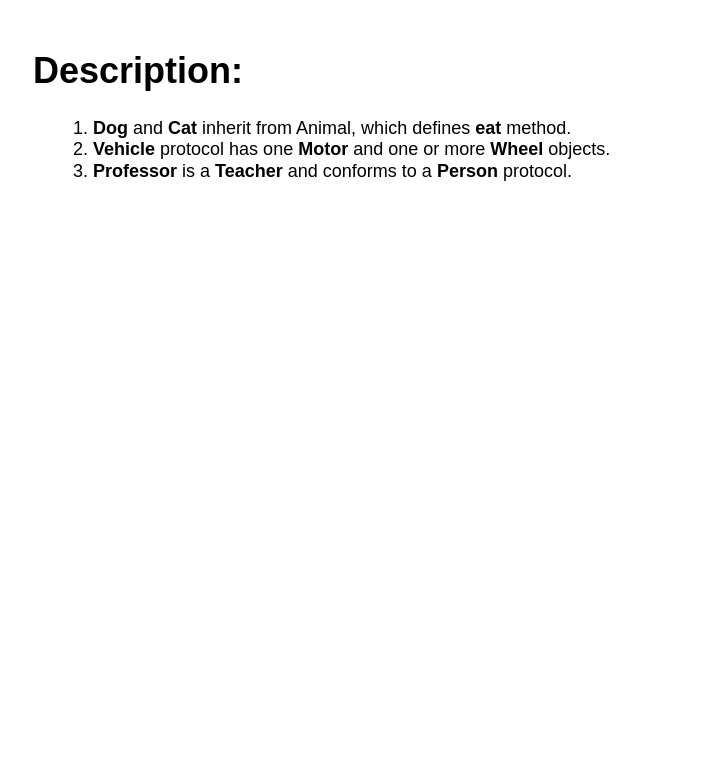
tla-trebla/Class-Diagram keeps this draw.io diagram as page "Challenge" (2 of 2) of Class Diagram.drawio. Above is the earlier version. Source tidied: cells renumbered, new cells numbered last; positions are measured from the earlier drawing's top-left corner, leaving out a move shared by most shapes. Both pictures are drawn from the tidied source at 150%, with x=0, y=0 at pixel (26, 40).
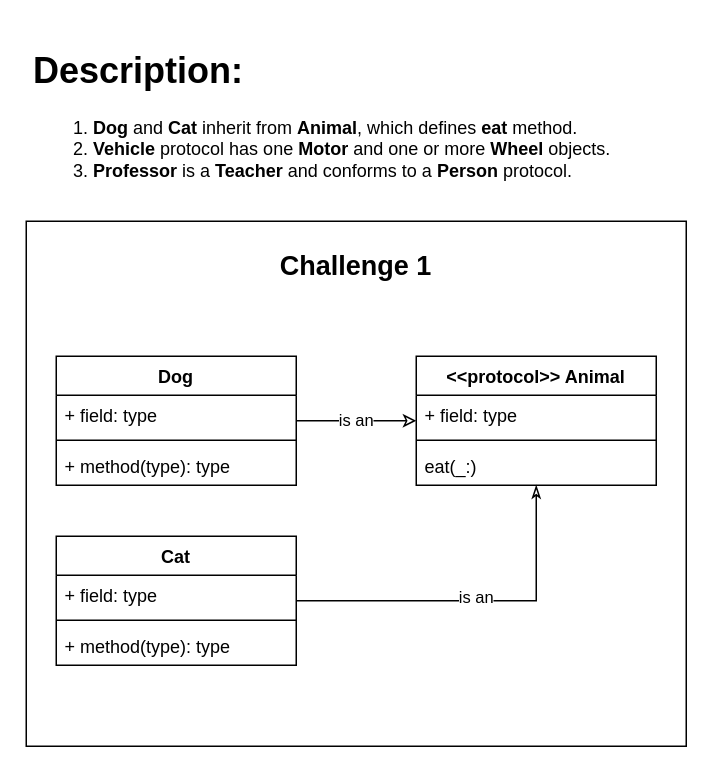
Above is the later version.

Commit message:
Finished Challenge 1.

Created two class diagrams named "Cat" and "Dog".

A protocol class diagram named "Animal" with an "eat" behavior method.

Both "Cat" and "Dog" inherits / is an "Animal" protocol class.

Diff of the diagram source:
```diff
@@
 <mxGraphModel>
   <root>
     <mxCell id="0" />
     <mxCell id="1" parent="0" />
+    <mxCell id="3" style="rounded=0;whiteSpace=wrap;html=1;" parent="1" vertex="1">
+      <mxGeometry y="120" width="440" height="350" as="geometry" />
+    </mxCell>
-    <mxCell id="2" value="&lt;h1&gt;Description:&lt;/h1&gt;&lt;div&gt;&lt;ol&gt;&lt;li&gt;&lt;b&gt;Dog&lt;/b&gt; and &lt;b&gt;Cat&lt;/b&gt; inherit from Animal, which defines &lt;b&gt;eat&lt;/b&gt; method.&lt;/li&gt;&lt;li&gt;&lt;b&gt;Vehicle&lt;/b&gt; protocol has one &lt;b&gt;Motor&lt;/b&gt; and one or more &lt;b&gt;Wheel&lt;/b&gt; objects.&lt;/li&gt;&lt;li&gt;&lt;b&gt;Professor&lt;/b&gt; is a &lt;b&gt;Teacher&lt;/b&gt; and conforms to a &lt;b&gt;Person&lt;/b&gt; protocol.&lt;/li&gt;&lt;/ol&gt;&lt;/div&gt;" style="text;html=1;strokeColor=none;fillColor=none;spacing=5;spacingTop=-20;whiteSpace=wrap;overflow=hidden;rounded=0;" parent="1" vertex="1">
+    <mxCell id="2" value="&lt;h1&gt;Description:&lt;/h1&gt;&lt;div&gt;&lt;ol&gt;&lt;li&gt;&lt;b&gt;Dog&lt;/b&gt; and &lt;b&gt;Cat&lt;/b&gt; inherit from &lt;b&gt;Animal&lt;/b&gt;, which defines &lt;b&gt;eat&lt;/b&gt; method.&lt;/li&gt;&lt;li&gt;&lt;b&gt;Vehicle&lt;/b&gt; protocol has one &lt;b&gt;Motor&lt;/b&gt; and one or more &lt;b&gt;Wheel&lt;/b&gt; objects.&lt;/li&gt;&lt;li&gt;&lt;b&gt;Professor&lt;/b&gt; is a &lt;b&gt;Teacher&lt;/b&gt; and conforms to a &lt;b&gt;Person&lt;/b&gt; protocol.&lt;/li&gt;&lt;/ol&gt;&lt;/div&gt;" style="text;html=1;strokeColor=none;fillColor=none;spacing=5;spacingTop=-20;whiteSpace=wrap;overflow=hidden;rounded=0;" parent="1" vertex="1">
       <mxGeometry width="400" height="100" as="geometry" />
     </mxCell>
+    <mxCell id="4" value="is an" style="edgeStyle=orthogonalEdgeStyle;rounded=0;jettySize=auto;html=1;endArrow=classic;endFill=0;" parent="1" edge="1" source="5" target="15">
+      <mxGeometry relative="1" as="geometry" />
+    </mxCell>
+    <mxCell id="5" value="Dog" style="swimlane;fontStyle=1;align=center;verticalAlign=top;horizontal=1;startSize=26;" parent="1" vertex="1">
+      <mxGeometry x="20" y="210" width="160" height="86" as="geometry" />
+    </mxCell>
+    <mxCell id="6" value="+ field: type" style="text;strokeColor=none;fillColor=none;align=left;verticalAlign=top;spacingLeft=4;spacingRight=4;overflow=hidden;" parent="5" vertex="1">
+      <mxGeometry y="26" width="160" height="26" as="geometry" />
+    </mxCell>
+    <mxCell id="7" style="line;strokeWidth=1;fillColor=none;align=left;verticalAlign=middle;spacingTop=-1;spacingLeft=3;spacingRight=3;labelPosition=right;" parent="5" vertex="1">
+      <mxGeometry y="52" width="160" height="8" as="geometry" />
+    </mxCell>
+    <mxCell id="8" value="+ method(type): type" style="text;strokeColor=none;fillColor=none;align=left;verticalAlign=top;spacingLeft=4;spacingRight=4;overflow=hidden;" parent="5" vertex="1">
+      <mxGeometry y="60" width="160" height="26" as="geometry" />
+    </mxCell>
+    <mxCell id="9" style="edgeStyle=orthogonalEdgeStyle;rounded=0;jettySize=auto;html=1;endArrow=classicThin;endFill=0;" parent="1" edge="1" source="11" target="15">
+      <mxGeometry relative="1" as="geometry" />
+    </mxCell>
+    <mxCell id="10" value="is an" style="edgeLabel;html=1;align=center;verticalAlign=middle;" parent="9" vertex="1">
+      <mxGeometry y="3" relative="1" as="geometry" />
+    </mxCell>
+    <mxCell id="11" value="Cat" style="swimlane;fontStyle=1;align=center;verticalAlign=top;horizontal=1;startSize=26;" parent="1" vertex="1">
+      <mxGeometry x="20" y="330" width="160" height="86" as="geometry" />
+    </mxCell>
+    <mxCell id="12" value="+ field: type" style="text;strokeColor=none;fillColor=none;align=left;verticalAlign=top;spacingLeft=4;spacingRight=4;overflow=hidden;" parent="11" vertex="1">
+      <mxGeometry y="26" width="160" height="26" as="geometry" />
+    </mxCell>
+    <mxCell id="13" style="line;strokeWidth=1;fillColor=none;align=left;verticalAlign=middle;spacingTop=-1;spacingLeft=3;spacingRight=3;labelPosition=right;" parent="11" vertex="1">
+      <mxGeometry y="52" width="160" height="8" as="geometry" />
+    </mxCell>
+    <mxCell id="14" value="+ method(type): type" style="text;strokeColor=none;fillColor=none;align=left;verticalAlign=top;spacingLeft=4;spacingRight=4;overflow=hidden;" parent="11" vertex="1">
+      <mxGeometry y="60" width="160" height="26" as="geometry" />
+    </mxCell>
+    <mxCell id="15" value="&lt;&lt;protocol&gt;&gt; Animal" style="swimlane;fontStyle=1;align=center;verticalAlign=top;horizontal=1;startSize=26;" parent="1" vertex="1">
+      <mxGeometry x="260" y="210" width="160" height="86" as="geometry" />
+    </mxCell>
+    <mxCell id="16" value="+ field: type" style="text;strokeColor=none;fillColor=none;align=left;verticalAlign=top;spacingLeft=4;spacingRight=4;overflow=hidden;" parent="15" vertex="1">
+      <mxGeometry y="26" width="160" height="26" as="geometry" />
+    </mxCell>
+    <mxCell id="17" style="line;strokeWidth=1;fillColor=none;align=left;verticalAlign=middle;spacingTop=-1;spacingLeft=3;spacingRight=3;labelPosition=right;" parent="15" vertex="1">
+      <mxGeometry y="52" width="160" height="8" as="geometry" />
+    </mxCell>
+    <mxCell id="18" value="eat(_:)" style="text;strokeColor=none;fillColor=none;align=left;verticalAlign=top;spacingLeft=4;spacingRight=4;overflow=hidden;" parent="15" vertex="1">
+      <mxGeometry y="60" width="160" height="26" as="geometry" />
+    </mxCell>
+    <mxCell id="19" value="&lt;h2&gt;Challenge 1&lt;/h2&gt;" style="text;html=1;strokeColor=none;fillColor=none;align=center;verticalAlign=middle;whiteSpace=wrap;rounded=0;" parent="1" vertex="1">
+      <mxGeometry x="140" y="140" width="160" height="20" as="geometry" />
+    </mxCell>
   </root>
 </mxGraphModel>
```
